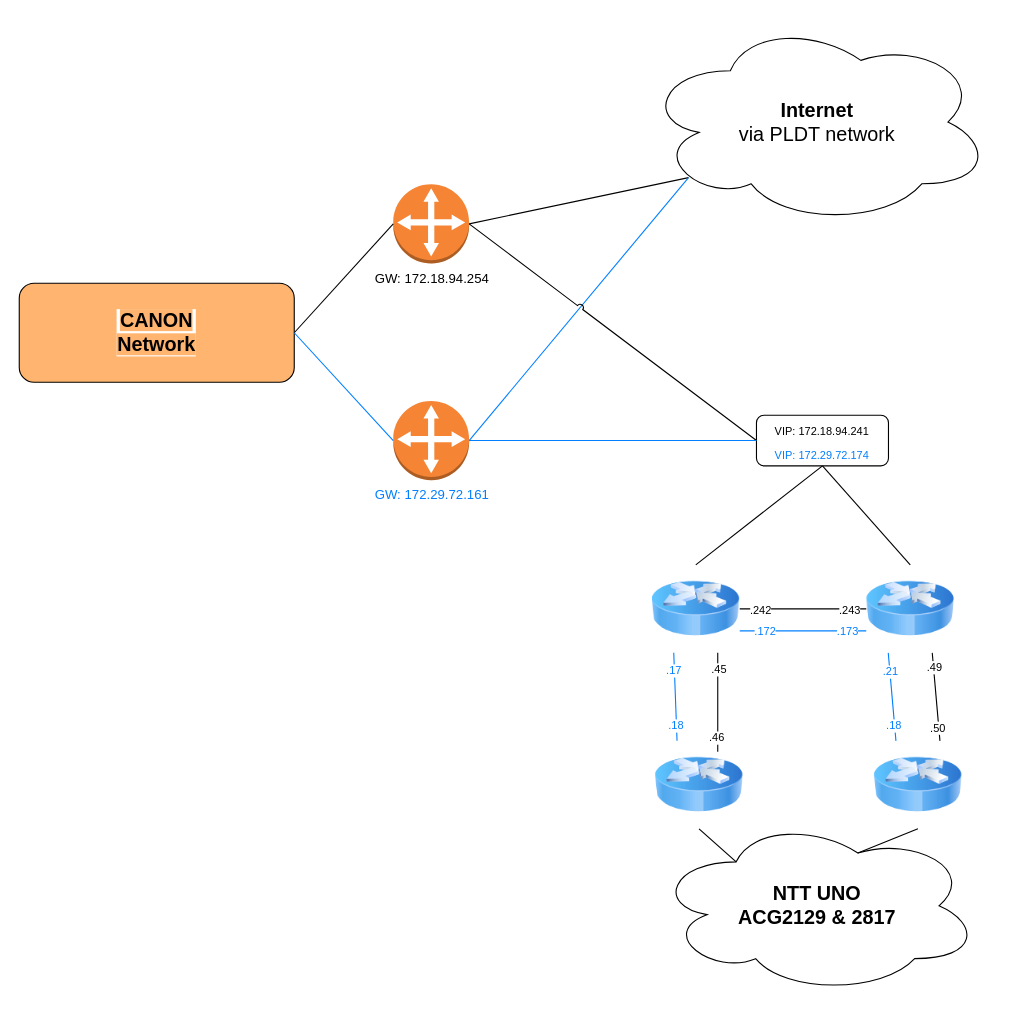
Above: Canon-mind draw-topology.drawio in henry1212/henry1212.github.io (draw.io), before the change. Source tidied: cells renumbered, new cells numbered last; positions are measured from the earlier drawing's top-left corner, leaving out a move shared by most shapes. Both pictures are drawn from the tidied source at 110%, with x=0, y=0 at pixel (19, 19).
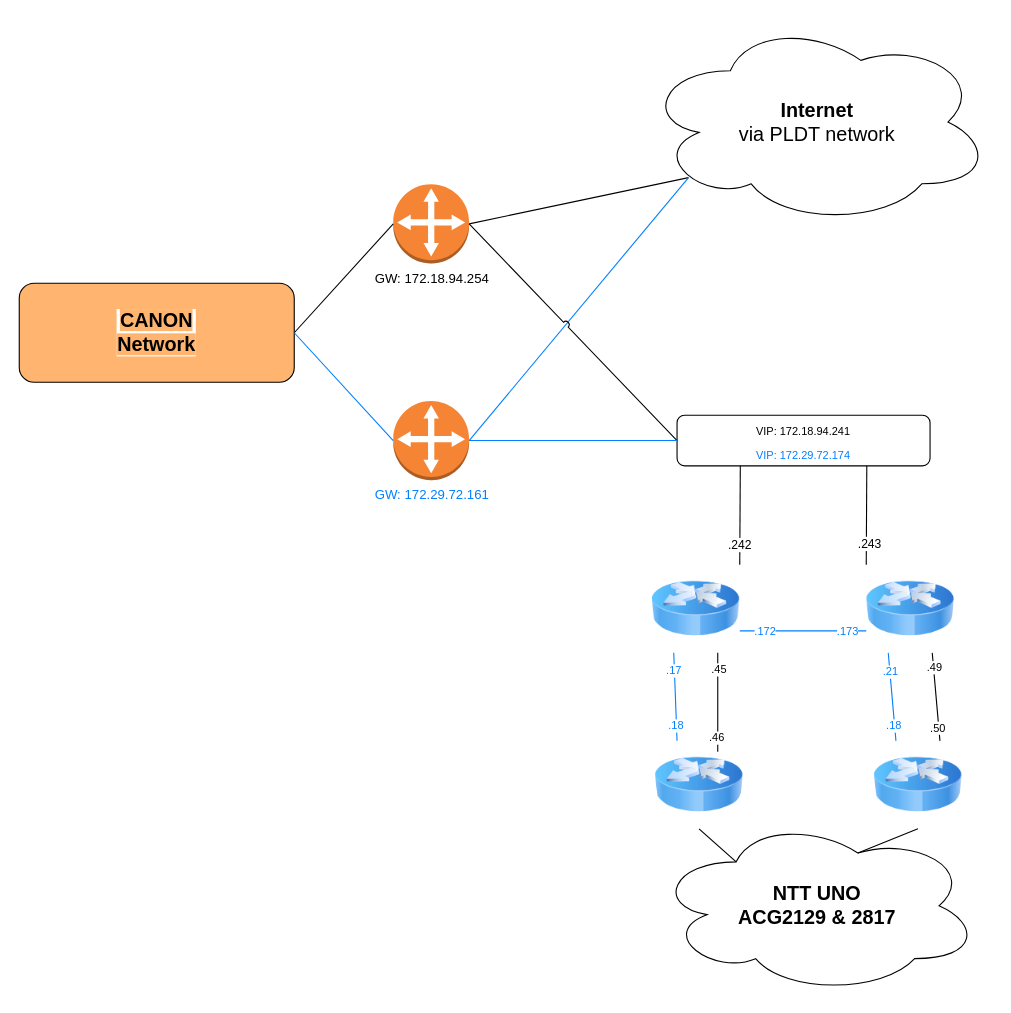
Above is the later version.

Unchanged cells that the change refers to:
```xml
<mxCell id="6" style="image;html=1;image=img/lib/clip_art/networking/Router_Icon_128x128.png;" parent="1" vertex="1">
  <mxGeometry x="575" y="496" width="80" height="80" as="geometry" />
</mxCell>
<mxCell id="7" style="image;html=1;image=img/lib/clip_art/networking/Router_Icon_128x128.png;" parent="1" vertex="1">
  <mxGeometry x="770" y="496" width="80" height="80" as="geometry" />
</mxCell>
```

Change to the diagram source:
```diff
@@
     <mxCell id="11" value="&lt;font style=&quot;font-size: 10px;&quot;&gt;VIP: 172.18.94.241&lt;br&gt;&lt;font color=&quot;#007fff&quot;&gt;VIP: 172.29.72.174&lt;/font&gt;&lt;br&gt;&lt;/font&gt;" style="rounded=1;whiteSpace=wrap;html=1;labelBackgroundColor=#FFFFFF;fontSize=18;fontColor=#000000;" parent="1" vertex="1">
-      <mxGeometry x="670.2" y="360" width="120" height="46" as="geometry" />
+      <mxGeometry x="598" y="360" width="230" height="46" as="geometry" />
     </mxCell>
@@
-    <mxCell id="14" style="rounded=0;jettySize=auto;html=1;entryX=1;entryY=0.5;entryDx=0;entryDy=0;strokeColor=#000000;fontSize=10;fontColor=#007FFF;endArrow=none;endFill=0;" parent="1" edge="1" source="7" target="6">
+    <mxCell id="14" style="rounded=0;jettySize=auto;html=1;entryX=1;entryY=0;entryDx=0;entryDy=0;strokeColor=#000000;fontSize=10;fontColor=#007FFF;endArrow=none;endFill=0;exitX=0.25;exitY=1;exitDx=0;exitDy=0;" parent="1" edge="1" source="11" target="6">
       <mxGeometry relative="1" as="geometry" />
     </mxCell>
-    <mxCell id="15" value="&lt;font color=&quot;#000000&quot;&gt;.242&lt;/font&gt;" style="edgeLabel;html=1;align=center;verticalAlign=middle;fontSize=10;fontColor=#007FFF;strokeColor=#000000;" parent="14" vertex="1">
-      <mxGeometry x="0.69" relative="1" as="geometry" />
+    <mxCell id="15" value=".242" style="edgeLabel;html=1;align=center;verticalAlign=middle;" parent="14" vertex="1">
+      <mxGeometry x="0.13" y="-1" relative="1" as="geometry">
+        <mxPoint y="21" as="offset" />
+      </mxGeometry>
     </mxCell>
-    <mxCell id="16" value=".243" style="edgeLabel;html=1;align=center;verticalAlign=middle;fontSize=10;" parent="14" vertex="1">
-      <mxGeometry x="-0.73" y="2" relative="1" as="geometry">
-        <mxPoint y="-2" as="offset" />
-      </mxGeometry>
-    </mxCell>
@@
-    <mxCell id="31" style="edgeStyle=none;rounded=0;jettySize=auto;html=1;strokeColor=#000000;fontSize=10;fontColor=#007FFF;endArrow=none;endFill=0;entryX=0.5;entryY=1;entryDx=0;entryDy=0;exitX=0.5;exitY=0;exitDx=0;exitDy=0;" parent="1" edge="1" source="6" target="11">
-      <mxGeometry relative="1" as="geometry" />
-    </mxCell>
-    <mxCell id="32" style="edgeStyle=none;rounded=0;jettySize=auto;html=1;strokeColor=#000000;fontSize=10;fontColor=#007FFF;endArrow=none;endFill=0;entryX=0.5;entryY=0;entryDx=0;entryDy=0;exitX=0.5;exitY=1;exitDx=0;exitDy=0;" parent="1" edge="1" source="11" target="7">
-      <mxGeometry relative="1" as="geometry" />
-    </mxCell>
@@
+    <mxCell id="32" style="rounded=0;jettySize=auto;html=1;entryX=0;entryY=0;entryDx=0;entryDy=0;strokeColor=#000000;fontSize=10;fontColor=#007FFF;endArrow=none;endFill=0;exitX=0.75;exitY=1;exitDx=0;exitDy=0;" parent="1" edge="1" source="11" target="7">
+      <mxGeometry relative="1" as="geometry" />
+    </mxCell>
+    <mxCell id="16" value=".243" style="edgeLabel;html=1;align=center;verticalAlign=middle;" parent="32" vertex="1">
+      <mxGeometry x="0.13" y="2" relative="1" as="geometry">
+        <mxPoint y="19" as="offset" />
+      </mxGeometry>
+    </mxCell>
```
